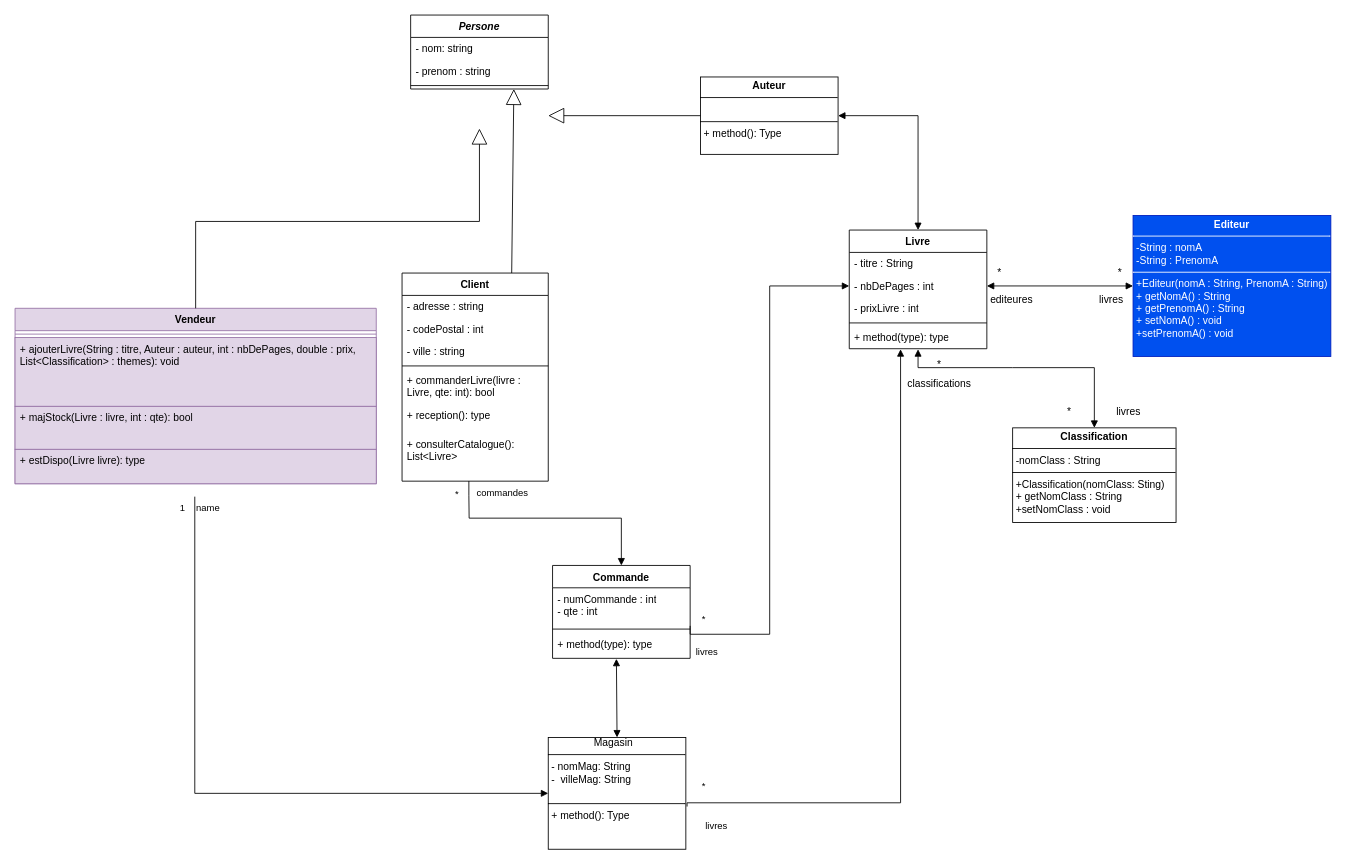
Earlier version of the draw.io diagram diagrammedeclasse.drawio (NolhanDolou/SAE_JAVA). Source tidied: cells renumbered, new cells numbered last; positions are measured from the earlier drawing's top-left corner, leaving out a move shared by most shapes. Both pictures are drawn from the tidied source at 86%, with x=0, y=0 at pixel (15, 15).
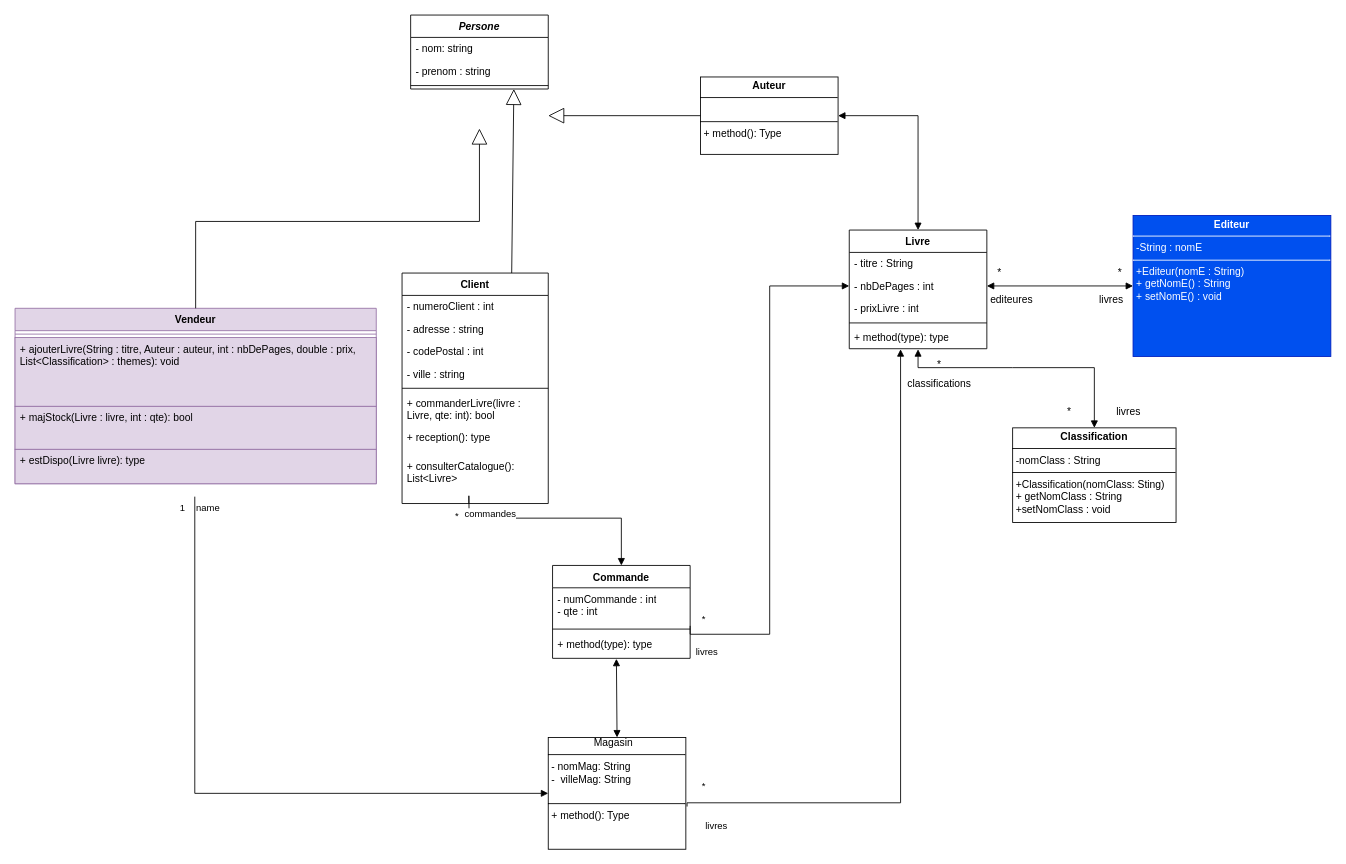
The same page after the edit.

Commit message:
Mettre à jour diagrammedeclasse.drawio

Change to the diagram source:
```diff
@@
     <mxCell id="6" value="Client" style="swimlane;fontStyle=1;align=center;verticalAlign=top;horizontal=1;startSize=26;whiteSpace=wrap;html=1;" parent="1" vertex="1">
-      <mxGeometry x="450" y="300" width="170" height="242" as="geometry" />
+      <mxGeometry x="450" y="300" width="170" height="268" as="geometry" />
     </mxCell>
+    <mxCell id="57" value="- numeroClient : int" style="text;strokeColor=none;fillColor=none;align=left;verticalAlign=top;spacingLeft=4;spacingRight=4;overflow=hidden;whiteSpace=wrap;html=1;" parent="6" vertex="1">
+      <mxGeometry y="26" width="170" height="26" as="geometry" />
+    </mxCell>
     <mxCell id="7" value="- adresse : string" style="text;strokeColor=none;fillColor=none;align=left;verticalAlign=top;spacingLeft=4;spacingRight=4;overflow=hidden;whiteSpace=wrap;html=1;" parent="6" vertex="1">
-      <mxGeometry y="26" width="170" height="26" as="geometry" />
+      <mxGeometry y="52" width="170" height="26" as="geometry" />
     </mxCell>
     <mxCell id="8" value="- codePostal : int" style="text;strokeColor=none;fillColor=none;align=left;verticalAlign=top;spacingLeft=4;spacingRight=4;overflow=hidden;whiteSpace=wrap;html=1;" parent="6" vertex="1">
-      <mxGeometry y="52" width="170" height="26" as="geometry" />
+      <mxGeometry y="78" width="170" height="26" as="geometry" />
     </mxCell>
     <mxCell id="9" value="- ville : string" style="text;strokeColor=none;fillColor=none;align=left;verticalAlign=top;spacingLeft=4;spacingRight=4;overflow=hidden;whiteSpace=wrap;html=1;" parent="6" vertex="1">
-      <mxGeometry y="78" width="170" height="26" as="geometry" />
+      <mxGeometry y="104" width="170" height="26" as="geometry" />
     </mxCell>
     <mxCell id="10" style="line;strokeWidth=1;fillColor=none;align=left;verticalAlign=middle;spacingTop=-1;spacingLeft=3;spacingRight=3;labelPosition=right;strokeColor=inherit;" parent="6" vertex="1">
-      <mxGeometry y="104" width="170" height="8" as="geometry" />
+      <mxGeometry y="130" width="170" height="8" as="geometry" />
     </mxCell>
     <mxCell id="11" value="&lt;span style=&quot;color: rgb(0, 0, 0); font-family: Helvetica; font-size: 12px; font-style: normal; font-variant-ligatures: normal; font-variant-caps: normal; letter-spacing: normal; orphans: 2; text-align: left; text-indent: 0px; text-transform: none; widows: 2; word-spacing: 0px; -webkit-text-stroke-width: 0px; white-space: normal; text-decoration-thickness: initial; text-decoration-style: initial; text-decoration-color: initial; float: none; background-color: rgb(255, 255, 255); display: inline !important;&quot;&gt;+ commanderLivre(livre : Livre, qte: int): bool&lt;/span&gt;" style="text;strokeColor=none;fillColor=none;align=left;verticalAlign=top;spacingLeft=4;spacingRight=4;overflow=hidden;whiteSpace=wrap;html=1;" parent="6" vertex="1">
-      <mxGeometry y="112" width="170" height="40" as="geometry" />
+      <mxGeometry y="138" width="170" height="40" as="geometry" />
     </mxCell>
     <mxCell id="12" value="+ reception(): type" style="text;strokeColor=none;fillColor=none;align=left;verticalAlign=top;spacingLeft=4;spacingRight=4;overflow=hidden;whiteSpace=wrap;html=1;" parent="6" vertex="1">
-      <mxGeometry y="152" width="170" height="34" as="geometry" />
+      <mxGeometry y="178" width="170" height="34" as="geometry" />
     </mxCell>
     <mxCell id="13" value="+ consulterCatalogue(): List&amp;lt;Livre&amp;gt;" style="text;strokeColor=none;fillColor=none;align=left;verticalAlign=top;spacingLeft=4;spacingRight=4;overflow=hidden;points=[[0,0.5],[1,0.5]];portConstraint=eastwest;whiteSpace=wrap;html=1;" parent="6" vertex="1">
-      <mxGeometry y="186" width="170" height="56" as="geometry" />
+      <mxGeometry y="212" width="170" height="56" as="geometry" />
     </mxCell>
@@
-    <mxCell id="34" value="&lt;p style=&quot;margin:0px;margin-top:4px;text-align:center;&quot;&gt;&lt;b&gt;Editeur&lt;/b&gt;&lt;/p&gt;&lt;hr size=&quot;1&quot; style=&quot;border-style:solid;&quot;&gt;&lt;p style=&quot;margin:0px;margin-left:4px;&quot;&gt;-String : nomA&lt;/p&gt;&lt;p style=&quot;margin:0px;margin-left:4px;&quot;&gt;-String : PrenomA&lt;/p&gt;&lt;hr size=&quot;1&quot; style=&quot;border-style:solid;&quot;&gt;&lt;p style=&quot;margin:0px;margin-left:4px;&quot;&gt;+Editeur(nomA : String, PrenomA : String)&lt;/p&gt;&lt;p style=&quot;margin:0px;margin-left:4px;&quot;&gt;+ getNomA() : String&lt;/p&gt;&lt;p style=&quot;margin:0px;margin-left:4px;&quot;&gt;+ getPrenomA() : String&lt;/p&gt;&lt;p style=&quot;margin:0px;margin-left:4px;&quot;&gt;+ setNomA() : void&lt;/p&gt;&lt;p style=&quot;margin:0px;margin-left:4px;&quot;&gt;+setPrenomA() : void&lt;/p&gt;&lt;p style=&quot;margin:0px;margin-left:4px;&quot;&gt;&lt;br&gt;&lt;/p&gt;" style="verticalAlign=top;align=left;overflow=fill;html=1;whiteSpace=wrap;fillColor=#0050ef;fontColor=#ffffff;strokeColor=#001DBC;" parent="1" vertex="1">
+    <mxCell id="34" value="&lt;p style=&quot;margin:0px;margin-top:4px;text-align:center;&quot;&gt;&lt;b&gt;Editeur&lt;/b&gt;&lt;/p&gt;&lt;hr size=&quot;1&quot; style=&quot;border-style:solid;&quot;&gt;&lt;p style=&quot;margin:0px;margin-left:4px;&quot;&gt;-String : nomE&lt;/p&gt;&lt;hr size=&quot;1&quot; style=&quot;border-style:solid;&quot;&gt;&lt;p style=&quot;margin:0px;margin-left:4px;&quot;&gt;+Editeur(nomE : String)&lt;/p&gt;&lt;p style=&quot;margin:0px;margin-left:4px;&quot;&gt;+ getNomE() : String&lt;/p&gt;&lt;p style=&quot;margin:0px;margin-left:4px;&quot;&gt;+ setNomE() : void&lt;/p&gt;&lt;p style=&quot;margin:0px;margin-left:4px;&quot;&gt;&lt;br&gt;&lt;/p&gt;&lt;p style=&quot;margin:0px;margin-left:4px;&quot;&gt;&lt;br&gt;&lt;/p&gt;" style="verticalAlign=top;align=left;overflow=fill;html=1;whiteSpace=wrap;fillColor=#0050ef;fontColor=#ffffff;strokeColor=#001DBC;" parent="1" vertex="1">
       <mxGeometry x="1300" y="233" width="230" height="164" as="geometry" />
     </mxCell>
```
